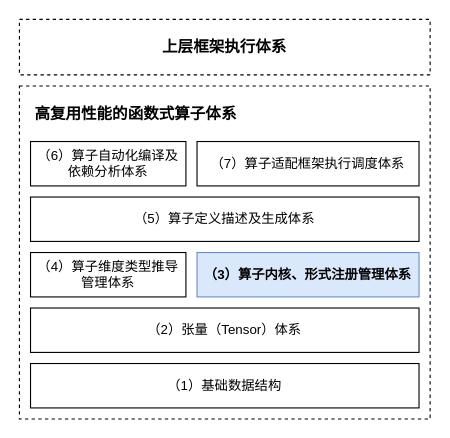
Before: Untitled op-lib.drawio in chenwhql/diagrams, a draw.io diagram. Source tidied: cells renumbered, new cells numbered last; positions are measured from the earlier drawing's top-left corner, leaving out a move shared by most shapes. Both pictures are drawn from the tidied source at 111%, with x=0, y=0 at pixel (19, 19).
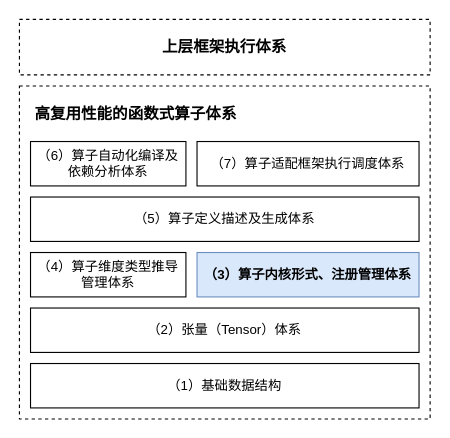
Above is the later version.

Change to the diagram source:
```diff
@@
 <mxGraphModel>
   <root>
     <mxCell id="0" />
     <mxCell id="1" parent="0" />
     <mxCell id="2" style="rounded=0;whiteSpace=wrap;html=1;dashed=1;fillColor=none;" parent="1" vertex="1">
       <mxGeometry y="60" width="370" height="300" as="geometry" />
     </mxCell>
     <mxCell id="3" value="（1）基础数据结构" style="rounded=0;whiteSpace=wrap;html=1;" parent="1" vertex="1">
       <mxGeometry x="10" y="310" width="350" height="40" as="geometry" />
     </mxCell>
     <mxCell id="4" value="（2）张量（Tensor）体系" style="rounded=0;whiteSpace=wrap;html=1;" parent="1" vertex="1">
       <mxGeometry x="10" y="260" width="350" height="40" as="geometry" />
     </mxCell>
-    <mxCell id="5" value="（3）算子内核、形式注册管理体系" style="rounded=0;whiteSpace=wrap;html=1;fontStyle=1;fillColor=#dae8fc;strokeColor=#6c8ebf;" parent="1" vertex="1">
+    <mxCell id="5" value="（3）算子内核形式、注册管理体系" style="rounded=0;whiteSpace=wrap;html=1;fontStyle=1;fillColor=#dae8fc;strokeColor=#6c8ebf;" parent="1" vertex="1">
       <mxGeometry x="160" y="210" width="200" height="40" as="geometry" />
     </mxCell>
     <mxCell id="6" value="（4）算子维度类型推导管理体系" style="rounded=0;whiteSpace=wrap;html=1;" parent="1" vertex="1">
       <mxGeometry x="10" y="210" width="140" height="40" as="geometry" />
     </mxCell>
     <mxCell id="7" value="（5）算子定义描述及生成体系" style="rounded=0;whiteSpace=wrap;html=1;" parent="1" vertex="1">
       <mxGeometry x="10" y="160" width="350" height="40" as="geometry" />
     </mxCell>
     <mxCell id="8" value="（6）算子自动化编译及依赖分析体系" style="rounded=0;whiteSpace=wrap;html=1;" parent="1" vertex="1">
       <mxGeometry x="10" y="110" width="140" height="40" as="geometry" />
     </mxCell>
     <mxCell id="9" value="（7）算子适配框架执行调度体系" style="rounded=0;whiteSpace=wrap;html=1;" parent="1" vertex="1">
       <mxGeometry x="160" y="110" width="200" height="40" as="geometry" />
     </mxCell>
     <mxCell id="10" value="高复用性能的函数式算子体系" style="text;html=1;strokeColor=none;fillColor=none;align=center;verticalAlign=middle;whiteSpace=wrap;rounded=0;dashed=1;fontSize=14;fontStyle=1;" parent="1" vertex="1">
       <mxGeometry x="10" y="70" width="190" height="30" as="geometry" />
     </mxCell>
     <mxCell id="11" value="&lt;b&gt;&lt;font style=&quot;font-size: 14px&quot;&gt;上层框架执行体系&lt;/font&gt;&lt;/b&gt;" style="rounded=0;whiteSpace=wrap;html=1;fillColor=none;dashed=1;" parent="1" vertex="1">
       <mxGeometry width="370" height="50" as="geometry" />
     </mxCell>
   </root>
 </mxGraphModel>
```
